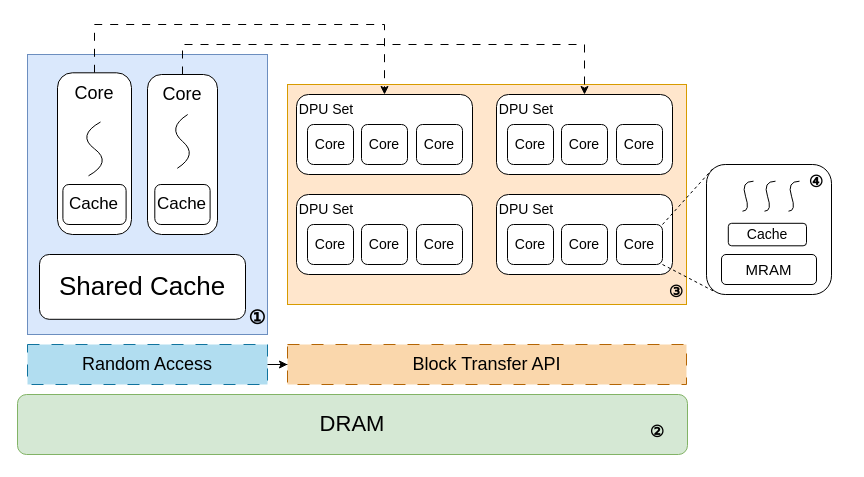
Earlier version of the draw.io diagram p1.drawio (cnissnzg/picture). Source tidied: cells renumbered, new cells numbered last; positions are measured from the earlier drawing's top-left corner, leaving out a move shared by most shapes. Both pictures are drawn from the tidied source at 100%, with x=0, y=0 at pixel (17, 24).
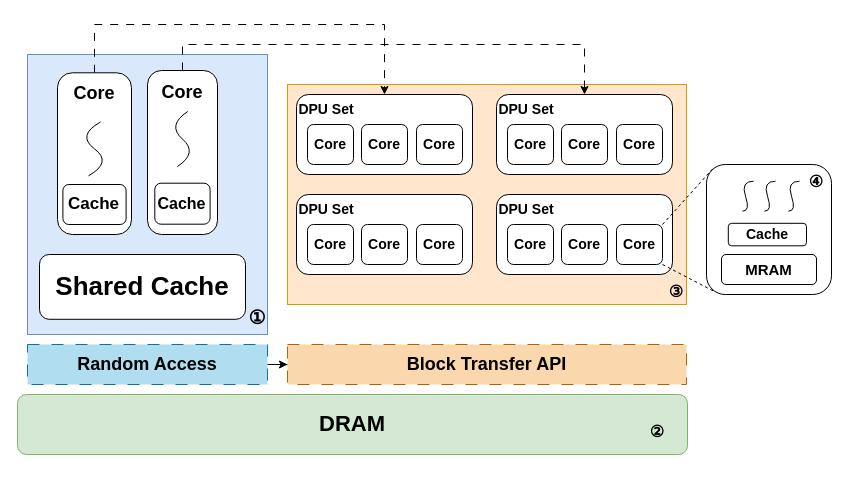
The same diagram, later.

Diff of the diagram source:
```diff
@@
-    <mxCell id="2" style="rounded=0;whiteSpace=wrap;html=1;fillColor=#ffe6cc;strokeColor=#d79b00;" parent="1" vertex="1">
+    <mxCell id="2" style="rounded=0;whiteSpace=wrap;html=1;fillColor=#ffe6cc;strokeColor=#d79b00;fontStyle=1;" parent="1" vertex="1">
       <mxGeometry x="270" y="60" width="399" height="220" as="geometry" />
     </mxCell>
-    <mxCell id="3" style="rounded=0;whiteSpace=wrap;html=1;fillColor=#dae8fc;strokeColor=#6c8ebf;" parent="1" vertex="1">
+    <mxCell id="3" style="rounded=0;whiteSpace=wrap;html=1;fillColor=#dae8fc;strokeColor=#6c8ebf;fontStyle=1;" parent="1" vertex="1">
       <mxGeometry x="10" y="30" width="240" height="280" as="geometry" />
     </mxCell>
-    <mxCell id="4" value="&lt;font style=&quot;font-size: 26px;&quot;&gt;Shared Cache&lt;/font&gt;" style="rounded=1;whiteSpace=wrap;html=1;" parent="1" vertex="1">
+    <mxCell id="4" value="&lt;font style=&quot;font-size: 26px;&quot;&gt;Shared Cache&lt;/font&gt;" style="rounded=1;whiteSpace=wrap;html=1;fontStyle=1;" parent="1" vertex="1">
       <mxGeometry x="22" y="230" width="206" height="64.8" as="geometry" />
     </mxCell>
-    <mxCell id="5" value="&lt;font style=&quot;font-size: 22px;&quot;&gt;DRAM&lt;/font&gt;" style="rounded=1;whiteSpace=wrap;html=1;fillColor=#d5e8d4;strokeColor=#82b366;" parent="1" vertex="1">
+    <mxCell id="5" value="&lt;font style=&quot;font-size: 22px;&quot;&gt;DRAM&lt;/font&gt;" style="rounded=1;whiteSpace=wrap;html=1;fillColor=#d5e8d4;strokeColor=#82b366;fontStyle=1;" parent="1" vertex="1">
       <mxGeometry y="370" width="670" height="60" as="geometry" />
     </mxCell>
-    <mxCell id="6" style="group;" parent="1" vertex="1">
-      <mxGeometry x="130" y="10" width="70" height="200" as="geometry" />
+    <mxCell id="6" style="group;fontStyle=1;" parent="1" vertex="1">
+      <mxGeometry x="130" y="5" width="70" height="205" as="geometry" />
     </mxCell>
-    <mxCell id="7" value="&lt;font style=&quot;font-size: 18px;&quot;&gt;Core&lt;/font&gt;" style="rounded=1;whiteSpace=wrap;html=1;spacingTop=0;spacingBottom=120;arcSize=20;spacingLeft=0;" parent="6" vertex="1">
-      <mxGeometry y="40" width="70" height="160" as="geometry" />
+    <mxCell id="7" value="&lt;font style=&quot;font-size: 18px;&quot;&gt;Core&lt;/font&gt;" style="rounded=1;whiteSpace=wrap;html=1;spacingTop=0;spacingBottom=120;arcSize=20;spacingLeft=0;fontStyle=1;" parent="6" vertex="1">
+      <mxGeometry y="41" width="70" height="164" as="geometry" />
     </mxCell>
-    <mxCell id="8" style="curved=1;endArrow=none;html=1;rounded=0;endFill=0;" parent="6" edge="1">
+    <mxCell id="8" style="curved=1;endArrow=none;html=1;rounded=0;endFill=0;fontStyle=1;" parent="6" edge="1">
       <mxGeometry relative="1" as="geometry">
-        <mxPoint x="29.8" y="133.8" as="sourcePoint" />
-        <mxPoint x="40.2" y="80" as="targetPoint" />
+        <mxPoint x="29.8" y="137.1" as="sourcePoint" />
+        <mxPoint x="40.2" y="82" as="targetPoint" />
         <Array as="points">
-          <mxPoint x="50.8" y="120.3" />
-          <mxPoint x="19.2" y="93.4" />
+          <mxPoint x="50.8" y="123.4" />
+          <mxPoint x="19.2" y="95.8" />
         </Array>
       </mxGeometry>
     </mxCell>
-    <mxCell id="9" value="&lt;font style=&quot;font-size: 17px;&quot;&gt;Cache&lt;/font&gt;" style="rounded=1;whiteSpace=wrap;html=1;" parent="6" vertex="1">
-      <mxGeometry x="7.3" y="150" width="55.3" height="40" as="geometry" />
+    <mxCell id="9" value="&lt;font style=&quot;font-size: 16px;&quot;&gt;Cache&lt;/font&gt;" style="rounded=1;whiteSpace=wrap;html=1;fontStyle=1;" parent="6" vertex="1">
+      <mxGeometry x="7.3" y="153.7" width="55.3" height="41" as="geometry" />
     </mxCell>
-    <mxCell id="10" style="group;" parent="1" vertex="1">
+    <mxCell id="10" style="group;fontStyle=1;" parent="1" vertex="1">
       <mxGeometry x="279" y="70" width="176" height="80" as="geometry" />
     </mxCell>
-    <mxCell id="11" style="rounded=1;whiteSpace=wrap;html=1;" parent="10" vertex="1">
+    <mxCell id="11" style="rounded=1;whiteSpace=wrap;html=1;fontStyle=1;" parent="10" vertex="1">
       <mxGeometry width="176" height="80" as="geometry" />
     </mxCell>
-    <mxCell id="12" value="&lt;font style=&quot;font-size: 14px;&quot;&gt;DPU Set&lt;/font&gt;" style="text;html=1;strokeColor=none;fillColor=none;align=center;verticalAlign=middle;whiteSpace=wrap;rounded=0;fontSize=8;" parent="10" vertex="1">
+    <mxCell id="12" value="&lt;font style=&quot;font-size: 14px;&quot;&gt;DPU Set&lt;/font&gt;" style="text;html=1;strokeColor=none;fillColor=none;align=center;verticalAlign=middle;whiteSpace=wrap;rounded=0;fontSize=8;fontStyle=1;" parent="10" vertex="1">
       <mxGeometry width="60" height="30" as="geometry" />
     </mxCell>
-    <mxCell id="13" value="&lt;font style=&quot;font-size: 14px;&quot;&gt;Core&lt;/font&gt;" style="rounded=1;whiteSpace=wrap;html=1;" parent="10" vertex="1">
+    <mxCell id="13" value="&lt;font style=&quot;font-size: 14px;&quot;&gt;Core&lt;/font&gt;" style="rounded=1;whiteSpace=wrap;html=1;fontStyle=1;" parent="10" vertex="1">
       <mxGeometry x="11" y="30" width="46" height="40" as="geometry" />
     </mxCell>
-    <mxCell id="14" value="&lt;font style=&quot;font-size: 14px;&quot;&gt;Core&lt;/font&gt;" style="rounded=1;whiteSpace=wrap;html=1;" parent="10" vertex="1">
+    <mxCell id="14" value="&lt;font style=&quot;font-size: 14px;&quot;&gt;Core&lt;/font&gt;" style="rounded=1;whiteSpace=wrap;html=1;fontStyle=1;" parent="10" vertex="1">
       <mxGeometry x="65" y="30" width="46" height="40" as="geometry" />
     </mxCell>
-    <mxCell id="15" value="&lt;font style=&quot;font-size: 14px;&quot;&gt;Core&lt;/font&gt;" style="rounded=1;whiteSpace=wrap;html=1;" parent="10" vertex="1">
+    <mxCell id="15" value="&lt;font style=&quot;font-size: 14px;&quot;&gt;Core&lt;/font&gt;" style="rounded=1;whiteSpace=wrap;html=1;fontStyle=1;" parent="10" vertex="1">
       <mxGeometry x="120" y="30" width="46" height="40" as="geometry" />
     </mxCell>
-    <mxCell id="16" style="group;" parent="1" vertex="1">
+    <mxCell id="16" style="group;fontStyle=1;" parent="1" vertex="1">
       <mxGeometry x="479" y="70" width="176" height="80" as="geometry" />
     </mxCell>
-    <mxCell id="17" style="rounded=1;whiteSpace=wrap;html=1;" parent="16" vertex="1">
+    <mxCell id="17" style="rounded=1;whiteSpace=wrap;html=1;fontStyle=1;" parent="16" vertex="1">
       <mxGeometry width="176" height="80" as="geometry" />
     </mxCell>
-    <mxCell id="18" value="&lt;font style=&quot;font-size: 14px;&quot;&gt;DPU Set&lt;/font&gt;" style="text;html=1;strokeColor=none;fillColor=none;align=center;verticalAlign=middle;whiteSpace=wrap;rounded=0;fontSize=8;" parent="16" vertex="1">
+    <mxCell id="18" value="&lt;font style=&quot;font-size: 14px;&quot;&gt;DPU Set&lt;/font&gt;" style="text;html=1;strokeColor=none;fillColor=none;align=center;verticalAlign=middle;whiteSpace=wrap;rounded=0;fontSize=8;fontStyle=1;" parent="16" vertex="1">
       <mxGeometry width="60" height="30" as="geometry" />
     </mxCell>
-    <mxCell id="19" value="&lt;font style=&quot;font-size: 14px;&quot;&gt;Core&lt;/font&gt;" style="rounded=1;whiteSpace=wrap;html=1;" parent="16" vertex="1">
+    <mxCell id="19" value="&lt;font style=&quot;font-size: 14px;&quot;&gt;Core&lt;/font&gt;" style="rounded=1;whiteSpace=wrap;html=1;fontStyle=1;" parent="16" vertex="1">
       <mxGeometry x="11" y="30" width="46" height="40" as="geometry" />
     </mxCell>
-    <mxCell id="20" value="&lt;font style=&quot;font-size: 14px;&quot;&gt;Core&lt;/font&gt;" style="rounded=1;whiteSpace=wrap;html=1;" parent="16" vertex="1">
+    <mxCell id="20" value="&lt;font style=&quot;font-size: 14px;&quot;&gt;Core&lt;/font&gt;" style="rounded=1;whiteSpace=wrap;html=1;fontStyle=1;" parent="16" vertex="1">
       <mxGeometry x="65" y="30" width="46" height="40" as="geometry" />
     </mxCell>
-    <mxCell id="21" value="&lt;font style=&quot;font-size: 14px;&quot;&gt;Core&lt;/font&gt;" style="rounded=1;whiteSpace=wrap;html=1;" parent="16" vertex="1">
+    <mxCell id="21" value="&lt;font style=&quot;font-size: 14px;&quot;&gt;Core&lt;/font&gt;" style="rounded=1;whiteSpace=wrap;html=1;fontStyle=1;" parent="16" vertex="1">
       <mxGeometry x="120" y="30" width="46" height="40" as="geometry" />
     </mxCell>
-    <mxCell id="22" style="group;" parent="1" vertex="1">
+    <mxCell id="22" style="group;fontStyle=1;" parent="1" vertex="1">
       <mxGeometry x="279" y="170" width="176" height="80" as="geometry" />
     </mxCell>
-    <mxCell id="23" style="rounded=1;whiteSpace=wrap;html=1;" parent="22" vertex="1">
+    <mxCell id="23" style="rounded=1;whiteSpace=wrap;html=1;fontStyle=1;" parent="22" vertex="1">
       <mxGeometry width="176" height="80" as="geometry" />
     </mxCell>
-    <mxCell id="24" value="&lt;font style=&quot;font-size: 14px;&quot;&gt;DPU Set&lt;/font&gt;" style="text;html=1;strokeColor=none;fillColor=none;align=center;verticalAlign=middle;whiteSpace=wrap;rounded=0;fontSize=8;" parent="22" vertex="1">
+    <mxCell id="24" value="&lt;font style=&quot;font-size: 14px;&quot;&gt;DPU Set&lt;/font&gt;" style="text;html=1;strokeColor=none;fillColor=none;align=center;verticalAlign=middle;whiteSpace=wrap;rounded=0;fontSize=8;fontStyle=1;" parent="22" vertex="1">
       <mxGeometry width="60" height="30" as="geometry" />
     </mxCell>
-    <mxCell id="25" value="&lt;font style=&quot;font-size: 14px;&quot;&gt;Core&lt;/font&gt;" style="rounded=1;whiteSpace=wrap;html=1;" parent="22" vertex="1">
+    <mxCell id="25" value="&lt;font style=&quot;font-size: 14px;&quot;&gt;Core&lt;/font&gt;" style="rounded=1;whiteSpace=wrap;html=1;fontStyle=1;" parent="22" vertex="1">
       <mxGeometry x="11" y="30" width="46" height="40" as="geometry" />
     </mxCell>
-    <mxCell id="26" value="&lt;font style=&quot;font-size: 14px;&quot;&gt;Core&lt;/font&gt;" style="rounded=1;whiteSpace=wrap;html=1;" parent="22" vertex="1">
+    <mxCell id="26" value="&lt;font style=&quot;font-size: 14px;&quot;&gt;Core&lt;/font&gt;" style="rounded=1;whiteSpace=wrap;html=1;fontStyle=1;" parent="22" vertex="1">
       <mxGeometry x="65" y="30" width="46" height="40" as="geometry" />
     </mxCell>
-    <mxCell id="27" value="&lt;font style=&quot;font-size: 14px;&quot;&gt;Core&lt;/font&gt;" style="rounded=1;whiteSpace=wrap;html=1;" parent="22" vertex="1">
+    <mxCell id="27" value="&lt;font style=&quot;font-size: 14px;&quot;&gt;Core&lt;/font&gt;" style="rounded=1;whiteSpace=wrap;html=1;fontStyle=1;" parent="22" vertex="1">
       <mxGeometry x="120" y="30" width="46" height="40" as="geometry" />
     </mxCell>
-    <mxCell id="28" style="group;" parent="1" vertex="1">
+    <mxCell id="28" style="group;fontStyle=1;" parent="1" vertex="1">
       <mxGeometry x="479" y="170" width="176" height="80" as="geometry" />
     </mxCell>
-    <mxCell id="29" style="rounded=1;whiteSpace=wrap;html=1;" parent="28" vertex="1">
+    <mxCell id="29" style="rounded=1;whiteSpace=wrap;html=1;fontStyle=1;" parent="28" vertex="1">
       <mxGeometry width="176" height="80" as="geometry" />
     </mxCell>
-    <mxCell id="30" value="&lt;font style=&quot;font-size: 14px;&quot;&gt;DPU Set&lt;/font&gt;" style="text;html=1;strokeColor=none;fillColor=none;align=center;verticalAlign=middle;whiteSpace=wrap;rounded=0;fontSize=8;" parent="28" vertex="1">
+    <mxCell id="30" value="&lt;font style=&quot;font-size: 14px;&quot;&gt;DPU Set&lt;/font&gt;" style="text;html=1;strokeColor=none;fillColor=none;align=center;verticalAlign=middle;whiteSpace=wrap;rounded=0;fontSize=8;fontStyle=1;" parent="28" vertex="1">
       <mxGeometry width="60" height="30" as="geometry" />
     </mxCell>
-    <mxCell id="31" value="&lt;font style=&quot;font-size: 14px;&quot;&gt;Core&lt;/font&gt;" style="rounded=1;whiteSpace=wrap;html=1;" parent="28" vertex="1">
+    <mxCell id="31" value="&lt;font style=&quot;font-size: 14px;&quot;&gt;Core&lt;/font&gt;" style="rounded=1;whiteSpace=wrap;html=1;fontStyle=1;" parent="28" vertex="1">
       <mxGeometry x="11" y="30" width="46" height="40" as="geometry" />
     </mxCell>
-    <mxCell id="32" value="&lt;font style=&quot;font-size: 14px;&quot;&gt;Core&lt;/font&gt;" style="rounded=1;whiteSpace=wrap;html=1;" parent="28" vertex="1">
+    <mxCell id="32" value="&lt;font style=&quot;font-size: 14px;&quot;&gt;Core&lt;/font&gt;" style="rounded=1;whiteSpace=wrap;html=1;fontStyle=1;" parent="28" vertex="1">
       <mxGeometry x="65" y="30" width="46" height="40" as="geometry" />
     </mxCell>
-    <mxCell id="33" value="&lt;font style=&quot;font-size: 14px;&quot;&gt;Core&lt;/font&gt;" style="rounded=1;whiteSpace=wrap;html=1;" parent="28" vertex="1">
+    <mxCell id="33" value="&lt;font style=&quot;font-size: 14px;&quot;&gt;Core&lt;/font&gt;" style="rounded=1;whiteSpace=wrap;html=1;fontStyle=1;" parent="28" vertex="1">
       <mxGeometry x="120" y="30" width="46" height="40" as="geometry" />
     </mxCell>
-    <mxCell id="34" style="edgeStyle=orthogonalEdgeStyle;rounded=0;jettySize=auto;html=1;entryX=0.5;entryY=0;entryDx=0;entryDy=0;exitX=0.5;exitY=0;exitDx=0;exitDy=0;dashed=1;dashPattern=8 8;" parent="1" edge="1" source="51" target="11">
+    <mxCell id="34" style="edgeStyle=orthogonalEdgeStyle;rounded=0;jettySize=auto;html=1;entryX=0.5;entryY=0;entryDx=0;entryDy=0;exitX=0.5;exitY=0;exitDx=0;exitDy=0;dashed=1;dashPattern=8 8;fontStyle=1;" parent="1" edge="1" source="51" target="11">
       <mxGeometry relative="1" as="geometry">
         <Array as="points">
           <mxPoint x="77" />
           <mxPoint x="367" />
         </Array>
       </mxGeometry>
     </mxCell>
-    <mxCell id="35" style="edgeStyle=orthogonalEdgeStyle;rounded=0;jettySize=auto;html=1;entryX=0.5;entryY=0;entryDx=0;entryDy=0;exitX=0.5;exitY=0;exitDx=0;exitDy=0;dashed=1;dashPattern=8 8;" parent="1" edge="1" source="7" target="17">
+    <mxCell id="35" style="edgeStyle=orthogonalEdgeStyle;rounded=0;jettySize=auto;html=1;entryX=0.5;entryY=0;entryDx=0;entryDy=0;exitX=0.5;exitY=0;exitDx=0;exitDy=0;dashed=1;dashPattern=8 8;fontStyle=1;" parent="1" edge="1" source="7" target="17">
       <mxGeometry relative="1" as="geometry">
         <Array as="points">
           <mxPoint x="165" y="20" />
           <mxPoint x="567" y="20" />
         </Array>
       </mxGeometry>
     </mxCell>
-    <mxCell id="36" style="endArrow=none;dashed=1;html=1;rounded=0;exitX=1;exitY=0;exitDx=0;exitDy=0;entryX=0.059;entryY=0.023;entryDx=0;entryDy=0;entryPerimeter=0;" parent="1" edge="1" source="33" target="44">
+    <mxCell id="36" style="endArrow=none;dashed=1;html=1;rounded=0;exitX=1;exitY=0;exitDx=0;exitDy=0;entryX=0.059;entryY=0.023;entryDx=0;entryDy=0;entryPerimeter=0;fontStyle=1;" parent="1" edge="1" source="33" target="44">
       <mxGeometry relative="1" as="geometry" />
     </mxCell>
-    <mxCell id="37" style="endArrow=none;dashed=1;html=1;rounded=0;exitX=1;exitY=1;exitDx=0;exitDy=0;entryX=0.053;entryY=0.972;entryDx=0;entryDy=0;entryPerimeter=0;" parent="1" edge="1" source="33" target="44">
+    <mxCell id="37" style="endArrow=none;dashed=1;html=1;rounded=0;exitX=1;exitY=1;exitDx=0;exitDy=0;entryX=0.053;entryY=0.972;entryDx=0;entryDy=0;entryPerimeter=0;fontStyle=1;" parent="1" edge="1" source="33" target="44">
       <mxGeometry relative="1" as="geometry" />
     </mxCell>
-    <mxCell id="38" style="edgeStyle=orthogonalEdgeStyle;rounded=0;jettySize=auto;html=1;" parent="1" edge="1" source="39" target="40">
+    <mxCell id="38" style="edgeStyle=orthogonalEdgeStyle;rounded=0;jettySize=auto;html=1;fontStyle=1;" parent="1" edge="1" source="39" target="40">
       <mxGeometry relative="1" as="geometry" />
     </mxCell>
-    <mxCell id="39" value="&lt;font style=&quot;font-size: 18px;&quot;&gt;Random Access&lt;/font&gt;" style="rounded=0;whiteSpace=wrap;html=1;shadow=0;dashed=1;dashPattern=12 12;fillColor=#b1ddf0;strokeColor=#10739e;" parent="1" vertex="1">
+    <mxCell id="39" value="&lt;font style=&quot;font-size: 18px;&quot;&gt;Random Access&lt;/font&gt;" style="rounded=0;whiteSpace=wrap;html=1;shadow=0;dashed=1;dashPattern=12 12;fillColor=#b1ddf0;strokeColor=#10739e;fontStyle=1;" parent="1" vertex="1">
       <mxGeometry x="10" y="320" width="240" height="40" as="geometry" />
     </mxCell>
-    <mxCell id="40" value="&lt;font style=&quot;font-size: 18px;&quot;&gt;Block Transfer API&lt;/font&gt;" style="rounded=0;whiteSpace=wrap;html=1;shadow=0;dashed=1;dashPattern=12 12;fillColor=#fad7ac;strokeColor=#b46504;" parent="1" vertex="1">
+    <mxCell id="40" value="&lt;font style=&quot;font-size: 18px;&quot;&gt;Block Transfer API&lt;/font&gt;" style="rounded=0;whiteSpace=wrap;html=1;shadow=0;dashed=1;dashPattern=12 12;fillColor=#fad7ac;strokeColor=#b46504;fontStyle=1;" parent="1" vertex="1">
       <mxGeometry x="270" y="320" width="399" height="40" as="geometry" />
     </mxCell>
-    <mxCell id="41" value="&lt;b&gt;&lt;font face=&quot;Comic Sans MS&quot; style=&quot;font-size: 19px;&quot;&gt;①&lt;/font&gt;&lt;/b&gt;" style="text;html=1;strokeColor=none;fillColor=none;align=center;verticalAlign=middle;whiteSpace=wrap;rounded=0;" parent="1" vertex="1">
+    <mxCell id="41" value="&lt;span&gt;&lt;font face=&quot;Comic Sans MS&quot; style=&quot;font-size: 19px;&quot;&gt;①&lt;/font&gt;&lt;/span&gt;" style="text;html=1;strokeColor=none;fillColor=none;align=center;verticalAlign=middle;whiteSpace=wrap;rounded=0;fontStyle=1;" parent="1" vertex="1">
       <mxGeometry x="210" y="280" width="60" height="30" as="geometry" />
     </mxCell>
-    <mxCell id="42" value="&lt;h1&gt;&lt;font style=&quot;font-size: 16px;&quot;&gt;&lt;b&gt;②&lt;/b&gt;&lt;/font&gt;&lt;/h1&gt;" style="text;html=1;strokeColor=none;fillColor=none;align=center;verticalAlign=middle;whiteSpace=wrap;rounded=0;" parent="1" vertex="1">
+    <mxCell id="42" value="&lt;h1&gt;&lt;font style=&quot;font-size: 16px;&quot;&gt;&lt;span&gt;②&lt;/span&gt;&lt;/font&gt;&lt;/h1&gt;" style="text;html=1;strokeColor=none;fillColor=none;align=center;verticalAlign=middle;whiteSpace=wrap;rounded=0;fontStyle=1;" parent="1" vertex="1">
       <mxGeometry x="610" y="390" width="60" height="30" as="geometry" />
     </mxCell>
-    <mxCell id="43" value="&lt;h1&gt;&lt;font style=&quot;font-size: 16px;&quot;&gt;&lt;b&gt;③&lt;/b&gt;&lt;/font&gt;&lt;/h1&gt;" style="text;html=1;strokeColor=none;fillColor=none;align=center;verticalAlign=middle;whiteSpace=wrap;rounded=0;" parent="1" vertex="1">
+    <mxCell id="43" value="&lt;h1&gt;&lt;font style=&quot;font-size: 16px;&quot;&gt;&lt;span&gt;③&lt;/span&gt;&lt;/font&gt;&lt;/h1&gt;" style="text;html=1;strokeColor=none;fillColor=none;align=center;verticalAlign=middle;whiteSpace=wrap;rounded=0;fontStyle=1;" parent="1" vertex="1">
       <mxGeometry x="629" y="250" width="60" height="30" as="geometry" />
     </mxCell>
-    <mxCell id="44" style="rounded=1;whiteSpace=wrap;html=1;" parent="1" vertex="1">
+    <mxCell id="44" style="rounded=1;whiteSpace=wrap;html=1;fontStyle=1;" parent="1" vertex="1">
       <mxGeometry x="689" y="140" width="125" height="130" as="geometry" />
     </mxCell>
-    <mxCell id="45" value="&lt;font style=&quot;font-size: 15px;&quot;&gt;MRAM&lt;/font&gt;" style="rounded=1;whiteSpace=wrap;html=1;" parent="1" vertex="1">
+    <mxCell id="45" value="&lt;font style=&quot;font-size: 15px;&quot;&gt;MRAM&lt;/font&gt;" style="rounded=1;whiteSpace=wrap;html=1;fontStyle=1;" parent="1" vertex="1">
       <mxGeometry x="704" y="230" width="95" height="30" as="geometry" />
     </mxCell>
-    <mxCell id="46" value="&lt;font style=&quot;font-size: 14px;&quot;&gt;Cache&lt;/font&gt;" style="rounded=1;whiteSpace=wrap;html=1;" parent="1" vertex="1">
+    <mxCell id="46" value="&lt;font style=&quot;font-size: 14px;&quot;&gt;Cache&lt;/font&gt;" style="rounded=1;whiteSpace=wrap;html=1;fontStyle=1;" parent="1" vertex="1">
       <mxGeometry x="710.8" y="198.8" width="78.2" height="22.5" as="geometry" />
     </mxCell>
-    <mxCell id="47" style="curved=1;endArrow=none;html=1;rounded=0;endFill=0;" parent="1" edge="1">
+    <mxCell id="47" style="curved=1;endArrow=none;html=1;rounded=0;endFill=0;fontStyle=1;" parent="1" edge="1">
       <mxGeometry relative="1" as="geometry">
         <mxPoint x="725" y="186.7" as="sourcePoint" />
         <mxPoint x="736" y="156.7" as="targetPoint" />
         <Array as="points">
           <mxPoint x="733" y="186.7" />
           <mxPoint x="723" y="156.7" />
         </Array>
       </mxGeometry>
     </mxCell>
-    <mxCell id="48" style="curved=1;endArrow=none;html=1;rounded=0;endFill=0;" parent="1" edge="1">
+    <mxCell id="48" style="curved=1;endArrow=none;html=1;rounded=0;endFill=0;fontStyle=1;" parent="1" edge="1">
       <mxGeometry relative="1" as="geometry">
         <mxPoint x="747" y="186.7" as="sourcePoint" />
         <mxPoint x="758" y="156.7" as="targetPoint" />
         <Array as="points">
           <mxPoint x="755" y="186.7" />
           <mxPoint x="745" y="156.7" />
         </Array>
       </mxGeometry>
     </mxCell>
-    <mxCell id="49" style="curved=1;endArrow=none;html=1;rounded=0;endFill=0;spacingBottom=0;spacing=2;" parent="1" edge="1">
+    <mxCell id="49" style="curved=1;endArrow=none;html=1;rounded=0;endFill=0;spacingBottom=0;spacing=2;fontStyle=1;" parent="1" edge="1">
       <mxGeometry relative="1" as="geometry">
         <mxPoint x="771" y="186.7" as="sourcePoint" />
         <mxPoint x="782" y="156.7" as="targetPoint" />
         <Array as="points">
           <mxPoint x="779" y="186.7" />
           <mxPoint x="769" y="156.7" />
         </Array>
       </mxGeometry>
     </mxCell>
-    <mxCell id="50" value="&lt;h1&gt;&lt;font style=&quot;font-size: 16px;&quot;&gt;&lt;b&gt;④&lt;/b&gt;&lt;/font&gt;&lt;/h1&gt;" style="text;html=1;strokeColor=none;fillColor=none;align=center;verticalAlign=middle;whiteSpace=wrap;rounded=0;" parent="1" vertex="1">
+    <mxCell id="50" value="&lt;h1&gt;&lt;font style=&quot;font-size: 16px;&quot;&gt;&lt;span&gt;④&lt;/span&gt;&lt;/font&gt;&lt;/h1&gt;" style="text;html=1;strokeColor=none;fillColor=none;align=center;verticalAlign=middle;whiteSpace=wrap;rounded=0;fontStyle=1;" parent="1" vertex="1">
       <mxGeometry x="769" y="140" width="60" height="30" as="geometry" />
     </mxCell>
-    <mxCell id="51" value="&lt;font style=&quot;font-size: 18px;&quot;&gt;Core&lt;/font&gt;" style="rounded=1;whiteSpace=wrap;html=1;spacingTop=0;spacingBottom=120;arcSize=20;spacingLeft=0;" parent="1" vertex="1">
+    <mxCell id="51" value="&lt;font style=&quot;font-size: 18px;&quot;&gt;Core&lt;/font&gt;" style="rounded=1;whiteSpace=wrap;html=1;spacingTop=0;spacingBottom=120;arcSize=20;spacingLeft=0;fontStyle=1;" parent="1" vertex="1">
       <mxGeometry x="40" y="48.3" width="74" height="161.7" as="geometry" />
     </mxCell>
-    <mxCell id="52" style="group;" parent="1" vertex="1">
+    <mxCell id="52" style="group;fontStyle=1;" parent="1" vertex="1">
       <mxGeometry x="40" y="48.3" width="74" height="161.7" as="geometry" />
     </mxCell>
-    <mxCell id="53" style="curved=1;endArrow=none;html=1;rounded=0;endFill=0;" parent="52" edge="1">
+    <mxCell id="53" style="curved=1;endArrow=none;html=1;rounded=0;endFill=0;fontStyle=1;" parent="52" edge="1">
       <mxGeometry relative="1" as="geometry">
         <mxPoint x="31" y="103" as="sourcePoint" />
         <mxPoint x="43" y="49.2" as="targetPoint" />
         <Array as="points">
           <mxPoint x="55" y="89.5" />
           <mxPoint x="19" y="62.6" />
         </Array>
       </mxGeometry>
     </mxCell>
-    <mxCell id="54" value="&lt;font style=&quot;font-size: 17px;&quot;&gt;Cache&lt;/font&gt;" style="rounded=1;whiteSpace=wrap;html=1;" parent="52" vertex="1">
+    <mxCell id="54" value="&lt;font style=&quot;font-size: 17px;&quot;&gt;Cache&lt;/font&gt;" style="rounded=1;whiteSpace=wrap;html=1;fontStyle=1;" parent="52" vertex="1">
       <mxGeometry x="5.4" y="111.7" width="63.2" height="40" as="geometry" />
     </mxCell>
```
